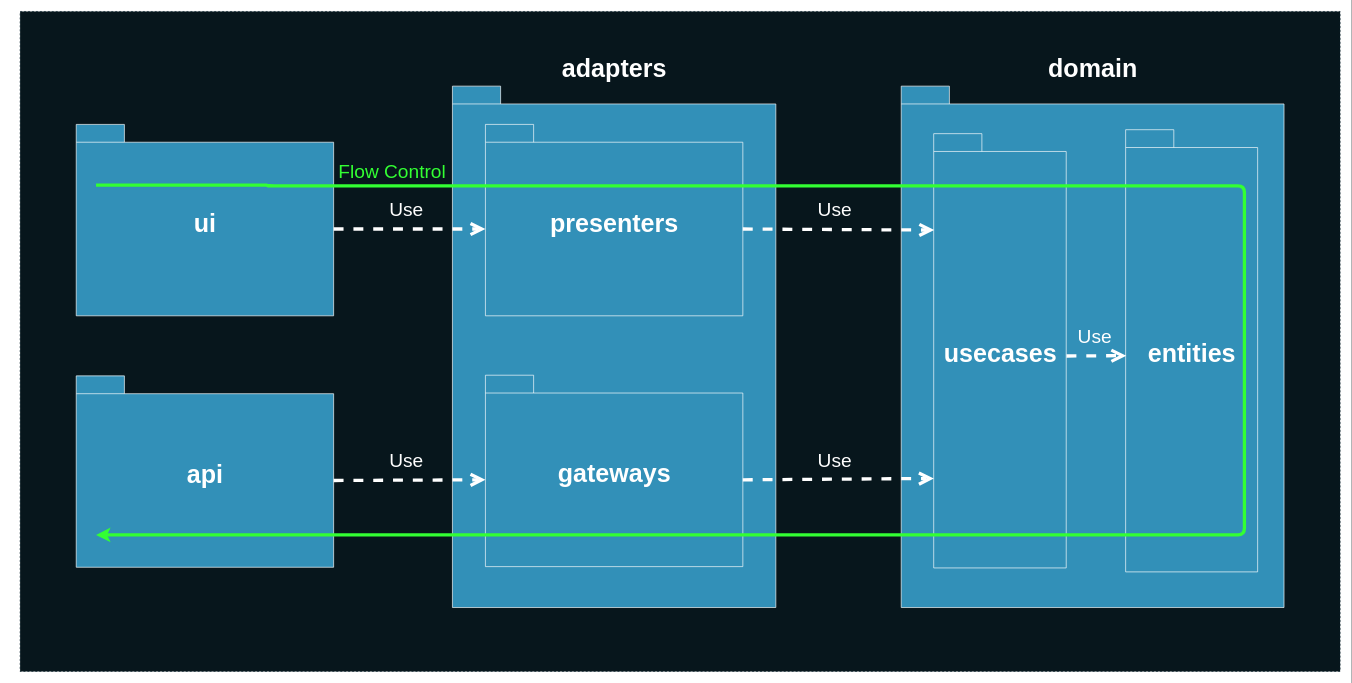
AlexanderLapygin/ca-react-rest-api-starter keeps this draw.io diagram as deck/ru/diagrams/packagesDependenciesFlowControl.drawio. Above is the earlier version. Source tidied: cells renumbered, new cells numbered last; positions are measured from the earlier drawing's top-left corner, leaving out a move shared by most shapes. Both pictures are drawn from the tidied source at 66%, with x=0, y=0 at pixel (20, 11).
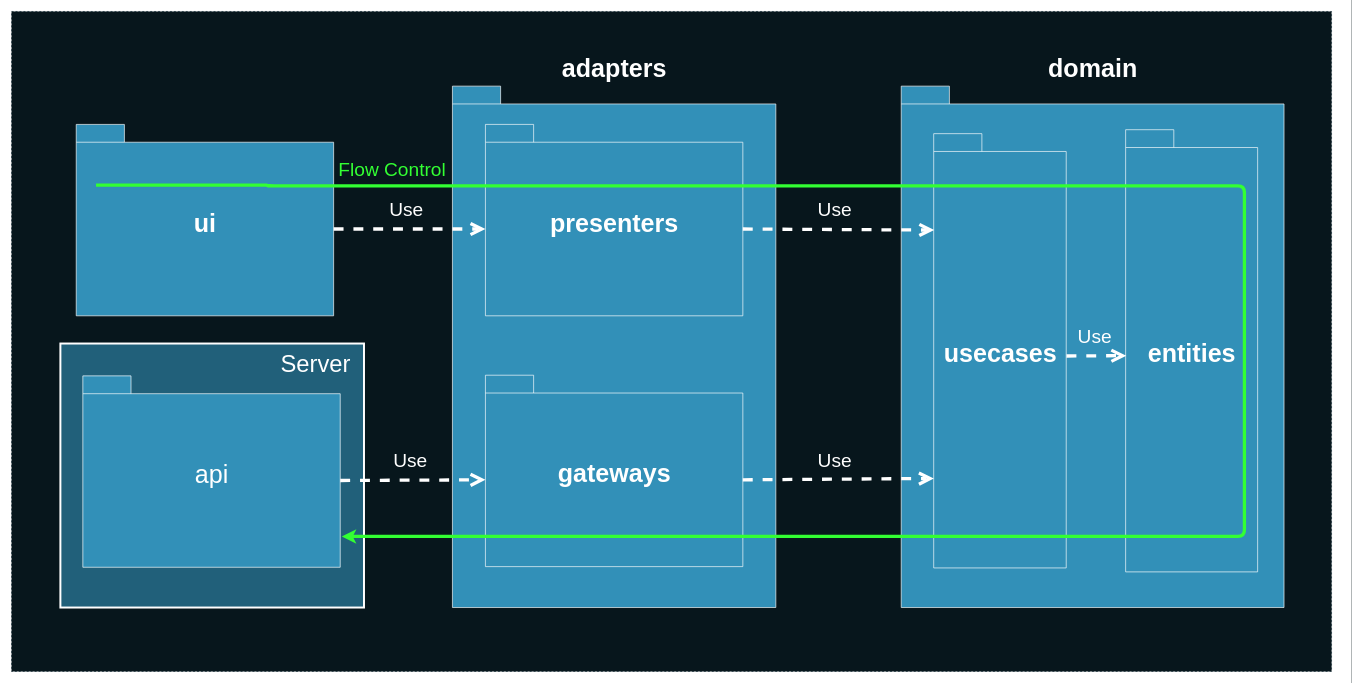
The same diagram, later.

Unchanged cells that the change refers to:
```xml
<mxCell id="8" value="&lt;font color=&quot;#ffffff&quot; style=&quot;font-size: 38px&quot;&gt;gateways&lt;/font&gt;" style="shape=folder;fontStyle=1;spacingTop=10;tabWidth=73;tabHeight=27;tabPosition=left;html=1;strokeColor=#FFFFFF;fillColor=#3290B8;" parent="5" vertex="1">
  <mxGeometry x="50" y="438" width="390" height="290" as="geometry" />
</mxCell>
```

The edit, as a diff of the source:
```diff
@@
     <mxCell id="2" style="rounded=0;whiteSpace=wrap;html=1;fillColor=#07161C;fontSize=30;fontColor=#FFFFFF;strokeColor=#0C242E;dashed=1;" parent="1" vertex="1">
-      <mxGeometry y="-0.1" width="2000" height="1000" as="geometry" />
+      <mxGeometry x="-13" y="-0.1" width="2000" height="1000" as="geometry" />
     </mxCell>
@@
-    <mxCell id="4" value="&lt;font color=&quot;#ffffff&quot; style=&quot;font-size: 38px&quot;&gt;api&lt;/font&gt;" style="shape=folder;fontStyle=1;spacingTop=10;tabWidth=73;tabHeight=27;tabPosition=left;html=1;strokeColor=#FFFFFF;fillColor=#3290B8;" parent="1" vertex="1">
-      <mxGeometry x="85" y="552" width="390" height="290" as="geometry" />
-    </mxCell>
@@
-    <mxCell id="15" value="Use" style="endArrow=open;endSize=12;dashed=1;html=1;strokeColor=#FFFFFF;strokeWidth=5;fontSize=29;fontColor=#FFFFFF;entryX=0;entryY=0;entryDx=0;entryDy=158.5;entryPerimeter=0;exitX=0;exitY=0;exitDx=390;exitDy=158.5;exitPerimeter=0;labelBackgroundColor=none;" parent="1" edge="1" source="4" target="8">
-      <mxGeometry x="-0.04" y="29" relative="1" as="geometry" />
-    </mxCell>
@@
+    <mxCell id="19" value="Flow Control" style="text;html=1;strokeColor=none;fillColor=none;align=center;verticalAlign=middle;whiteSpace=wrap;rounded=0;fontSize=29;fontColor=#33FF33;" parent="1" vertex="1">
+      <mxGeometry x="479" y="230" width="170" height="20" as="geometry" />
+    </mxCell>
+    <mxCell id="20" style="group;" parent="1" vertex="1">
+      <mxGeometry x="61" y="503" width="460" height="400" as="geometry" />
+    </mxCell>
+    <mxCell id="21" style="rounded=0;whiteSpace=wrap;html=1;strokeColor=#FFFFFF;strokeWidth=3;fillColor=#21607A;fontSize=23;fontColor=#FFFFFF;" parent="20" vertex="1">
+      <mxGeometry width="460" height="400" as="geometry" />
+    </mxCell>
+    <mxCell id="4" value="&lt;font color=&quot;#ffffff&quot; style=&quot;font-size: 38px ; font-weight: normal&quot;&gt;api&lt;/font&gt;" style="shape=folder;fontStyle=1;spacingTop=10;tabWidth=73;tabHeight=27;tabPosition=left;html=1;strokeColor=#FFFFFF;fillColor=#3290B8;" parent="20" vertex="1">
+      <mxGeometry x="34" y="49" width="390" height="290" as="geometry" />
+    </mxCell>
+    <mxCell id="22" value="Server" style="text;html=1;strokeColor=none;fillColor=none;align=center;verticalAlign=middle;whiteSpace=wrap;rounded=0;fontSize=36;fontColor=#FFFFFF;fontStyle=0;" parent="20" vertex="1">
+      <mxGeometry x="327" y="21" width="120" height="20" as="geometry" />
+    </mxCell>
-    <mxCell id="18" style="edgeStyle=segmentEdgeStyle;endArrow=classic;html=1;labelBackgroundColor=none;strokeColor=#33FF33;strokeWidth=5;fontSize=29;fontColor=#FFFFFF;" parent="1" edge="1">
+    <mxCell id="18" style="edgeStyle=segmentEdgeStyle;endArrow=classic;html=1;labelBackgroundColor=none;strokeColor=#33FF33;strokeWidth=5;fontSize=29;fontColor=#FFFFFF;entryX=1.006;entryY=0.839;entryDx=0;entryDy=0;entryPerimeter=0;" parent="1" edge="1" target="4">
       <mxGeometry relative="1" as="geometry">
         <mxPoint x="115" y="263" as="sourcePoint" />
-        <mxPoint x="115" y="793" as="targetPoint" />
         <Array as="points">
           <mxPoint x="375" y="263" />
+          <mxPoint x="375" y="264" />
           <mxPoint x="1855" y="264" />
-          <mxPoint x="1855" y="793" />
+          <mxPoint x="1855" y="795" />
         </Array>
       </mxGeometry>
     </mxCell>
-    <mxCell id="19" value="Flow Control" style="text;html=1;strokeColor=none;fillColor=none;align=center;verticalAlign=middle;whiteSpace=wrap;rounded=0;fontSize=29;fontColor=#33FF33;" parent="1" vertex="1">
-      <mxGeometry x="479" y="233" width="170" height="20" as="geometry" />
-    </mxCell>
+    <mxCell id="15" value="Use" style="endArrow=open;endSize=12;dashed=1;html=1;strokeColor=#FFFFFF;strokeWidth=5;fontSize=29;fontColor=#FFFFFF;entryX=0;entryY=0;entryDx=0;entryDy=158.5;entryPerimeter=0;exitX=0;exitY=0;exitDx=390;exitDy=158.5;labelBackgroundColor=none;exitPerimeter=0;" parent="1" edge="1" source="4" target="8">
+      <mxGeometry x="-0.04" y="29" relative="1" as="geometry" />
+    </mxCell>
```
